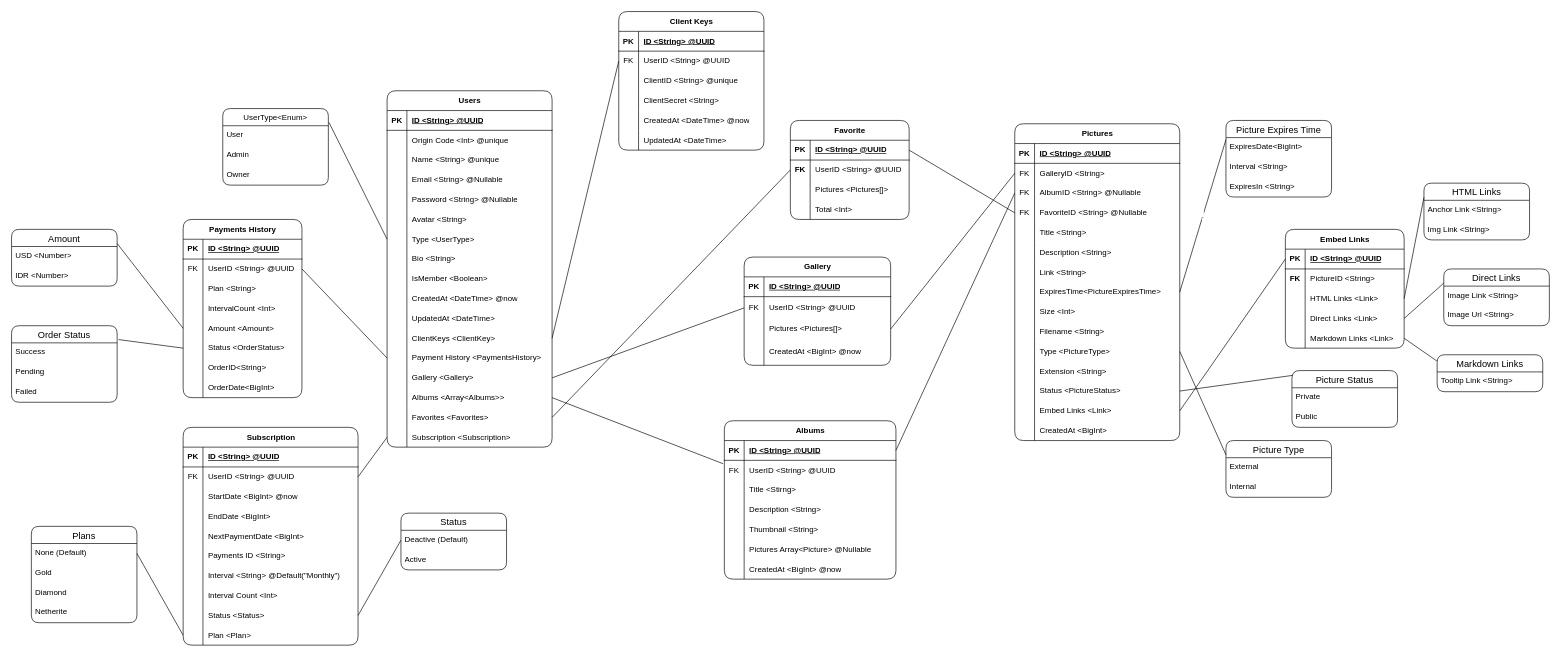
The draw.io diagram projects/models/v2/Pixelarium.drawio in Novanaa/Pixelarium, before the edit. Source tidied: cells renumbered, new cells numbered last; positions are measured from the earlier drawing's top-left corner, leaving out a move shared by most shapes. Both pictures are drawn from the tidied source at 66%, with x=0, y=0 at pixel (11, 11).
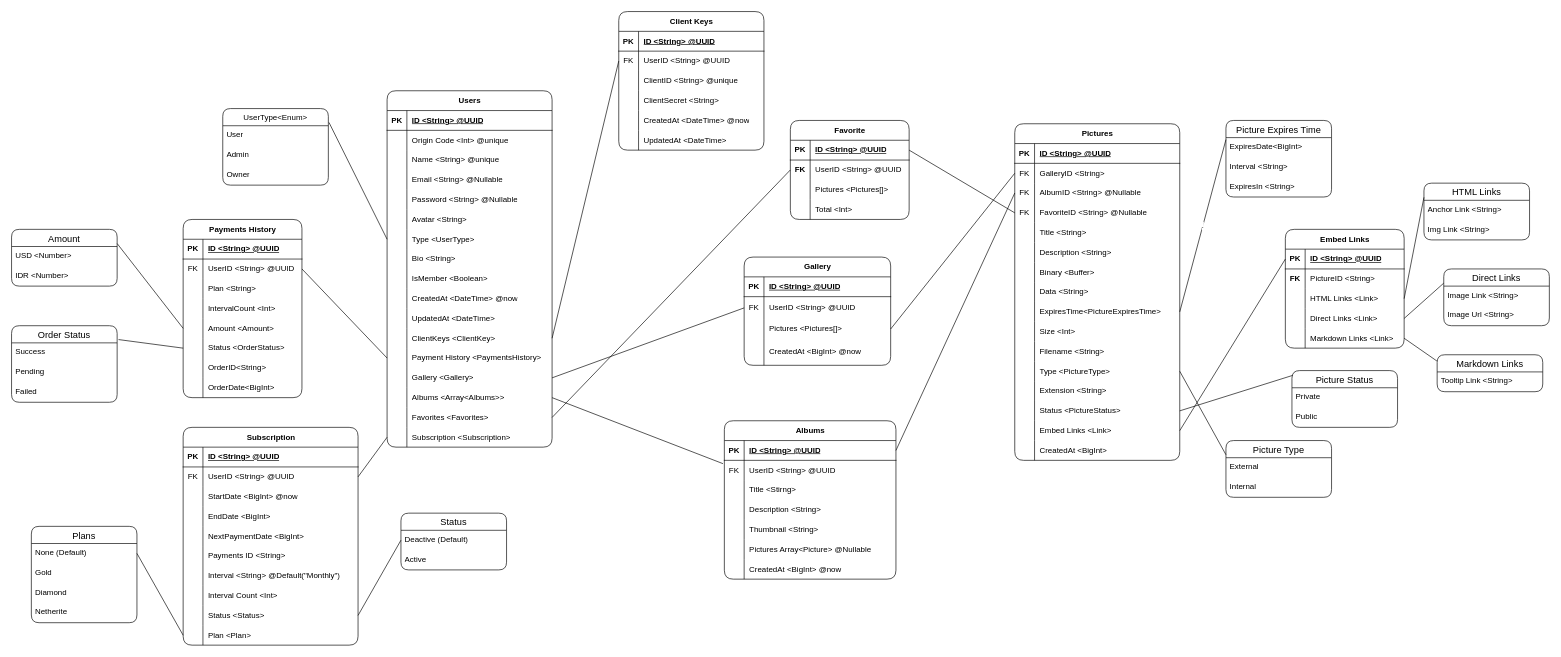
The same diagram, later.

Commit message (it also covers changes not shown here):
[PIX-254] Changed How Pixelarium Store Picture Data From Static File to Database Binary Store (#619)

The change refers to these unchanged cells:
```xml
<mxCell id="112" style="shape=tableRow;horizontal=0;startSize=0;swimlaneHead=0;swimlaneBody=0;fillColor=none;top=0;left=0;right=0;bottom=0;" parent="93" vertex="1">
  <mxGeometry y="210" width="250" height="30" as="geometry" />
</mxCell>
```

The edit, as a diff of the source:
```diff
@@
     <mxCell id="93" value="Pictures" style="shape=table;startSize=30;childLayout=tableLayout;rowLines=0;fontStyle=1;align=center;html=1;rounded=1;" parent="1" vertex="1">
-      <mxGeometry x="1520" y="170" width="250" height="480" as="geometry" />
+      <mxGeometry x="1520" y="170" width="250" height="510" as="geometry" />
     </mxCell>
@@
-    <mxCell id="113" style="shape=partialRectangle;fillColor=none;top=0;left=0;bottom=0;right=0;overflow=hidden;whiteSpace=wrap;html=1;" parent="112" vertex="1">
-      <mxGeometry width="30" height="30" as="geometry" />
-    </mxCell>
-    <mxCell id="114" value="Link &amp;lt;String&amp;gt;" style="shape=partialRectangle;fillColor=none;top=0;left=0;bottom=0;right=0;align=left;spacingLeft=6;overflow=hidden;whiteSpace=wrap;html=1;" parent="112" vertex="1">
-      <mxGeometry x="30" width="220" height="30" as="geometry" />
-    </mxCell>
+    <mxCell id="297" style="shape=partialRectangle;fillColor=none;top=0;left=0;bottom=0;right=0;overflow=hidden;whiteSpace=wrap;html=1;" parent="112" vertex="1">
+      <mxGeometry width="30" height="30" as="geometry" />
+    </mxCell>
+    <mxCell id="298" value="Binary &amp;lt;Buffer&amp;gt;" style="shape=partialRectangle;fillColor=none;top=0;left=0;bottom=0;right=0;align=left;spacingLeft=6;overflow=hidden;whiteSpace=wrap;html=1;" parent="112" vertex="1">
+      <mxGeometry x="30" width="220" height="30" as="geometry" />
+    </mxCell>
+    <mxCell id="299" style="shape=tableRow;horizontal=0;startSize=0;swimlaneHead=0;swimlaneBody=0;fillColor=none;top=0;left=0;right=0;bottom=0;" parent="93" vertex="1">
+      <mxGeometry y="240" width="250" height="30" as="geometry" />
+    </mxCell>
+    <mxCell id="300" style="shape=partialRectangle;fillColor=none;top=0;left=0;bottom=0;right=0;overflow=hidden;whiteSpace=wrap;html=1;" parent="299" vertex="1">
+      <mxGeometry width="30" height="30" as="geometry" />
+    </mxCell>
+    <mxCell id="301" value="Data &amp;lt;String&amp;gt;" style="shape=partialRectangle;fillColor=none;top=0;left=0;bottom=0;right=0;align=left;spacingLeft=6;overflow=hidden;whiteSpace=wrap;html=1;" parent="299" vertex="1">
+      <mxGeometry x="30" width="220" height="30" as="geometry" />
+    </mxCell>
     <mxCell id="115" style="shape=tableRow;horizontal=0;startSize=0;swimlaneHead=0;swimlaneBody=0;fillColor=none;points=[[0,0.5],[1,0.5]];portConstraint=eastwest;top=0;left=0;right=0;bottom=0;" parent="93" vertex="1">
-      <mxGeometry y="240" width="250" height="30" as="geometry" />
+      <mxGeometry y="270" width="250" height="30" as="geometry" />
     </mxCell>
@@
     <mxCell id="118" style="shape=tableRow;horizontal=0;startSize=0;swimlaneHead=0;swimlaneBody=0;fillColor=none;top=0;left=0;right=0;bottom=0;" parent="93" vertex="1">
-      <mxGeometry y="270" width="250" height="30" as="geometry" />
+      <mxGeometry y="300" width="250" height="30" as="geometry" />
     </mxCell>
@@
     <mxCell id="121" style="shape=tableRow;horizontal=0;startSize=0;swimlaneHead=0;swimlaneBody=0;fillColor=none;top=0;left=0;right=0;bottom=0;" parent="93" vertex="1">
-      <mxGeometry y="300" width="250" height="30" as="geometry" />
+      <mxGeometry y="330" width="250" height="30" as="geometry" />
     </mxCell>
@@
     <mxCell id="124" style="shape=tableRow;horizontal=0;startSize=0;swimlaneHead=0;swimlaneBody=0;fillColor=none;points=[[0,0.5],[1,0.5]];portConstraint=eastwest;top=0;left=0;right=0;bottom=0;" parent="93" vertex="1">
-      <mxGeometry y="330" width="250" height="30" as="geometry" />
+      <mxGeometry y="360" width="250" height="30" as="geometry" />
     </mxCell>
@@
     <mxCell id="127" style="shape=tableRow;horizontal=0;startSize=0;swimlaneHead=0;swimlaneBody=0;fillColor=none;top=0;left=0;right=0;bottom=0;" parent="93" vertex="1">
-      <mxGeometry y="360" width="250" height="30" as="geometry" />
+      <mxGeometry y="390" width="250" height="30" as="geometry" />
     </mxCell>
@@
     <mxCell id="130" style="shape=tableRow;horizontal=0;startSize=0;swimlaneHead=0;swimlaneBody=0;fillColor=none;points=[[0,0.5],[1,0.5]];portConstraint=eastwest;top=0;left=0;right=0;bottom=0;" parent="93" vertex="1">
-      <mxGeometry y="390" width="250" height="30" as="geometry" />
+      <mxGeometry y="420" width="250" height="30" as="geometry" />
     </mxCell>
@@
     <mxCell id="133" style="shape=tableRow;horizontal=0;startSize=0;swimlaneHead=0;swimlaneBody=0;fillColor=none;points=[[0,0.5],[1,0.5]];portConstraint=eastwest;top=0;left=0;right=0;bottom=0;" parent="93" vertex="1">
-      <mxGeometry y="420" width="250" height="30" as="geometry" />
+      <mxGeometry y="450" width="250" height="30" as="geometry" />
     </mxCell>
@@
     <mxCell id="136" style="shape=tableRow;horizontal=0;startSize=0;swimlaneHead=0;swimlaneBody=0;fillColor=none;top=0;left=0;right=0;bottom=0;" parent="93" vertex="1">
-      <mxGeometry y="450" width="250" height="30" as="geometry" />
+      <mxGeometry y="480" width="250" height="30" as="geometry" />
     </mxCell>
```
